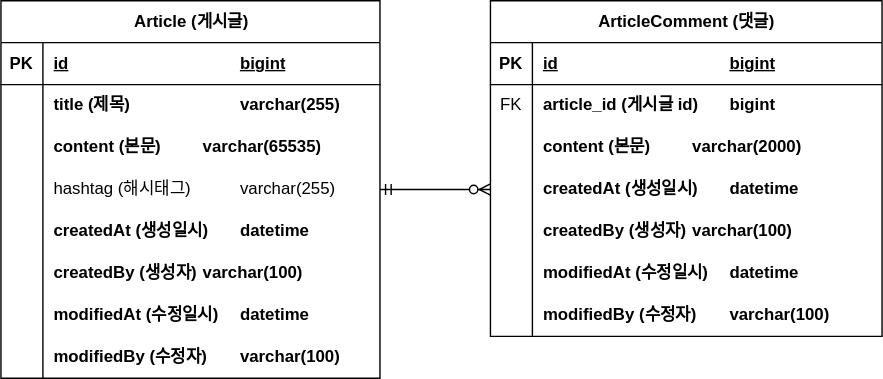
The draw.io diagram document/board-project-erd.svg in hyojunnii/fastcampus-board-project, before a commit. Source tidied: cells renumbered, new cells last; positions are measured from the earlier drawing's top-left corner, leaving out a move shared by most shapes.
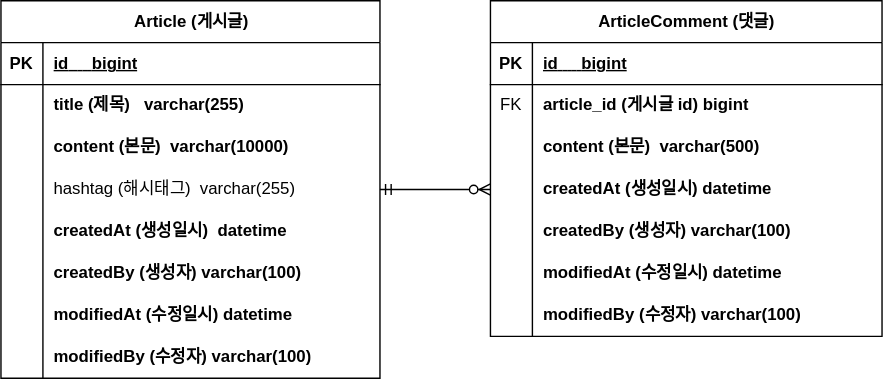
After the change.

Commit message:
#13 - ERD 업데이트 : content 사이즈 변경

Change to the diagram source:
```diff
@@ -29,7 +29,7 @@
     <mxCell id="10" style="shape=partialRectangle;fillColor=none;top=0;left=0;bottom=0;right=0;overflow=hidden;whiteSpace=wrap;html=1;" parent="9" vertex="1">
       <mxGeometry width="30" height="30" as="geometry" />
     </mxCell>
-    <mxCell id="11" value="content (본문)&lt;span style=&quot;white-space: pre;&quot;&gt; &lt;span style=&quot;white-space: pre;&quot;&gt; &lt;/span&gt;&lt;/span&gt;varchar(65535)" style="shape=partialRectangle;fillColor=none;top=0;left=0;bottom=0;right=0;align=left;spacingLeft=6;overflow=hidden;whiteSpace=wrap;html=1;fontStyle=1;" parent="9" vertex="1">
+    <mxCell id="11" value="content (본문)&lt;span style=&quot;white-space: pre;&quot;&gt; &lt;span style=&quot;white-space: pre;&quot;&gt; &lt;/span&gt;&lt;/span&gt;varchar(10000)" style="shape=partialRectangle;fillColor=none;top=0;left=0;bottom=0;right=0;align=left;spacingLeft=6;overflow=hidden;whiteSpace=wrap;html=1;fontStyle=1;" parent="9" vertex="1">
       <mxGeometry x="30" width="241" height="30" as="geometry" />
     </mxCell>
     <mxCell id="12" style="shape=tableRow;horizontal=0;startSize=0;swimlaneHead=0;swimlaneBody=0;fillColor=none;points=[[0,0.5],[1,0.5]];portConstraint=eastwest;top=0;left=0;right=0;bottom=0;" parent="2" vertex="1">
@@ -104,7 +104,7 @@
     <mxCell id="35" style="shape=partialRectangle;fillColor=none;top=0;left=0;bottom=0;right=0;overflow=hidden;whiteSpace=wrap;html=1;" parent="34" vertex="1">
       <mxGeometry width="30" height="30" as="geometry" />
     </mxCell>
-    <mxCell id="36" value="content (본문)&lt;span style=&quot;white-space: pre;&quot;&gt; &lt;/span&gt;&lt;span style=&quot;white-space: pre;&quot;&gt; &lt;/span&gt;varchar(2000)" style="shape=partialRectangle;fillColor=none;top=0;left=0;bottom=0;right=0;align=left;spacingLeft=6;overflow=hidden;whiteSpace=wrap;html=1;fontStyle=1;" parent="34" vertex="1">
+    <mxCell id="36" value="content (본문)&lt;span style=&quot;white-space: pre;&quot;&gt; &lt;/span&gt;&lt;span style=&quot;white-space: pre;&quot;&gt; &lt;/span&gt;varchar(500)" style="shape=partialRectangle;fillColor=none;top=0;left=0;bottom=0;right=0;align=left;spacingLeft=6;overflow=hidden;whiteSpace=wrap;html=1;fontStyle=1;" parent="34" vertex="1">
       <mxGeometry x="30" width="250" height="30" as="geometry" />
     </mxCell>
     <mxCell id="37" style="shape=tableRow;horizontal=0;startSize=0;swimlaneHead=0;swimlaneBody=0;fillColor=none;points=[[0,0.5],[1,0.5]];portConstraint=eastwest;top=0;left=0;right=0;bottom=0;" parent="27" vertex="1">
```
